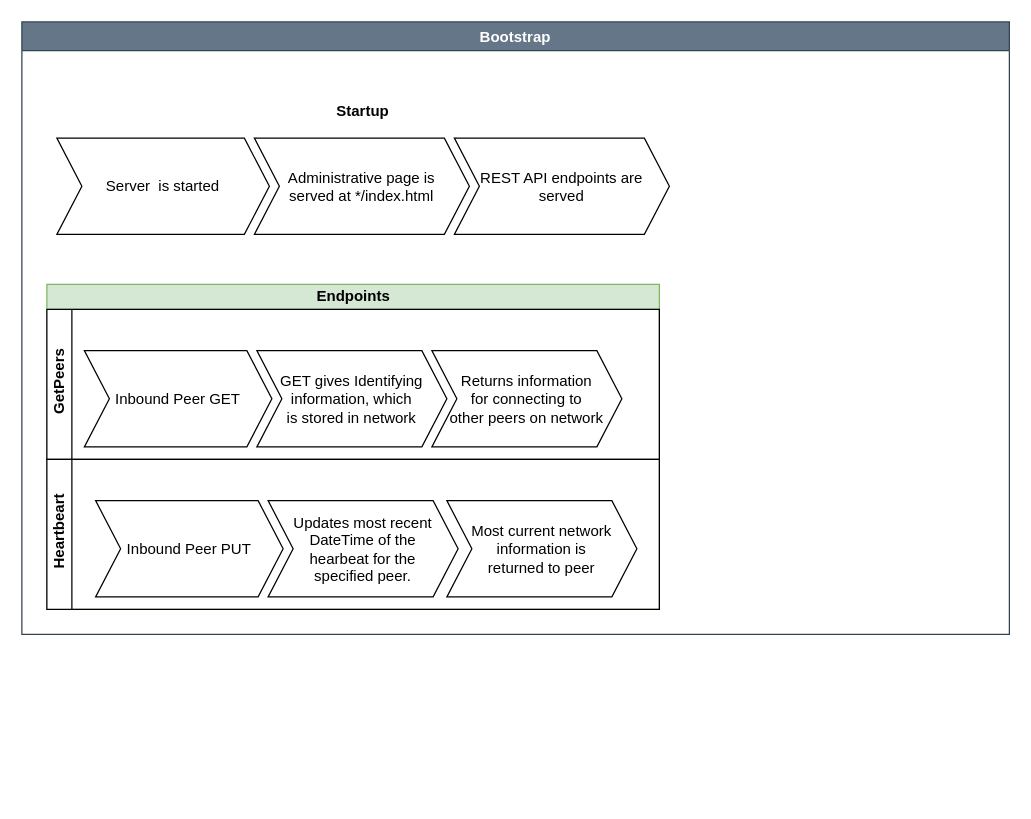
Before: misc/diagrams/p2pbootstrap.drawio in realChrisDeBon/P2PNet, a draw.io diagram. Source tidied: cells renumbered, new cells numbered last; positions are measured from the earlier drawing's top-left corner, leaving out a move shared by most shapes. Both pictures are drawn from the tidied source at 125%, with x=0, y=0 at pixel (21, 21).
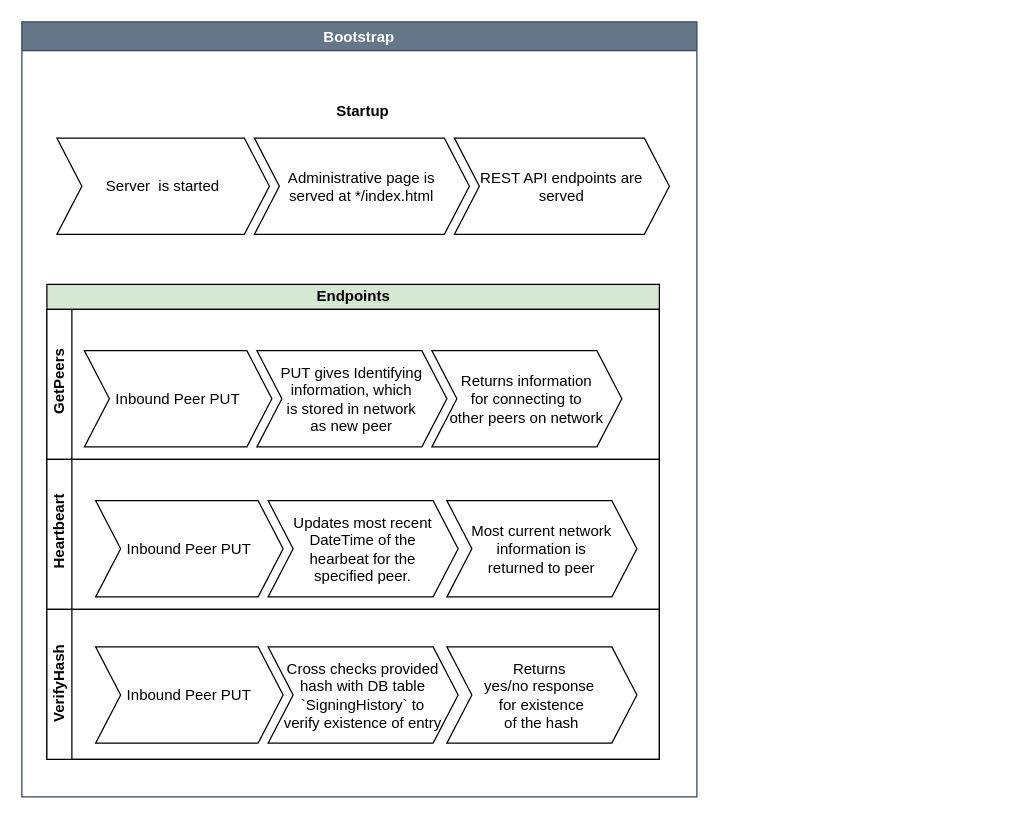
Above is the later version.

The change refers to these unchanged cells:
```xml
<mxCell id="5" style="swimlane;horizontal=1;fillColor=none;strokeColor=none;stackBorder=10;align=center;whiteSpace=wrap;html=1;" parent="4" vertex="1">
  <mxGeometry x="20" width="450" height="120" as="geometry" />
</mxCell>
```

The edit, as a diff of the source:
```diff
@@
     <mxCell id="2" value="Bootstrap" style="swimlane;fillColor=#647687;strokeColor=#314354;labelBackgroundColor=none;startSize=23;fontColor=#ffffff;swimlaneFillColor=default;" parent="1" vertex="1">
-      <mxGeometry width="790" height="490" as="geometry" />
+      <mxGeometry width="540" height="620" as="geometry" />
     </mxCell>
-    <mxCell id="3" value="Endpoints" style="swimlane;horizontal=1;startSize=20;html=1;fillColor=#d5e8d4;strokeColor=#82b366;" parent="2" vertex="1">
-      <mxGeometry x="20" y="210" width="490" height="260" as="geometry" />
+    <mxCell id="3" value="Endpoints" style="swimlane;horizontal=1;startSize=20;html=1;fillColor=#d5e8d4;strokeColor=#000000;" parent="2" vertex="1">
+      <mxGeometry x="20" y="210" width="490" height="380" as="geometry" />
     </mxCell>
@@
-    <mxCell id="6" value="&lt;div&gt;Inbound Peer GET&lt;/div&gt;" style="shape=step;perimeter=stepPerimeter;fixedSize=1;whiteSpace=wrap;html=1;" parent="5" vertex="1">
-      <mxGeometry x="10" y="33" width="150" height="77" as="geometry" />
-    </mxCell>
-    <mxCell id="7" value="&lt;div&gt;GET gives Identifying&lt;/div&gt;&lt;div&gt;information, which&lt;/div&gt;&lt;div&gt;is stored in network&lt;br&gt;&lt;/div&gt;" style="shape=step;perimeter=stepPerimeter;fixedSize=1;whiteSpace=wrap;html=1;" parent="5" vertex="1">
-      <mxGeometry x="148" y="33" width="152" height="77" as="geometry" />
-    </mxCell>
+    <mxCell id="18" value="&lt;div&gt;Inbound Peer PUT&lt;/div&gt;" style="shape=step;perimeter=stepPerimeter;fixedSize=1;whiteSpace=wrap;html=1;" parent="5" vertex="1">
+      <mxGeometry x="10" y="33" width="150" height="77" as="geometry" />
+    </mxCell>
+    <mxCell id="19" value="&lt;div&gt;PUT gives Identifying&lt;/div&gt;&lt;div&gt;information, which&lt;/div&gt;&lt;div&gt;is stored in network&lt;/div&gt;&lt;div&gt;as new peer&lt;/div&gt;" style="shape=step;perimeter=stepPerimeter;fixedSize=1;whiteSpace=wrap;html=1;" parent="5" vertex="1">
+      <mxGeometry x="148" y="33" width="152" height="77" as="geometry" />
+    </mxCell>
@@
+    <mxCell id="20" value="&lt;div&gt;VerifyHash&lt;/div&gt;" style="swimlane;startSize=20;horizontal=0;html=1;" parent="3" vertex="1">
+      <mxGeometry y="260" width="490" height="120" as="geometry" />
+    </mxCell>
+    <mxCell id="21" value="Inbound Peer PUT" style="shape=step;perimeter=stepPerimeter;fixedSize=1;whiteSpace=wrap;html=1;" parent="20" vertex="1">
+      <mxGeometry x="39" y="30" width="150" height="77" as="geometry" />
+    </mxCell>
+    <mxCell id="22" value="&lt;div&gt;&lt;br&gt;&lt;/div&gt;&lt;div&gt;Cross checks provided&lt;/div&gt;&lt;div&gt;hash with DB table&lt;/div&gt;&lt;div&gt;`SigningHistory` to&lt;/div&gt;&lt;div&gt;verify existence of entry&lt;/div&gt;&lt;div&gt;&lt;br&gt;&lt;/div&gt;" style="shape=step;perimeter=stepPerimeter;fixedSize=1;whiteSpace=wrap;html=1;" parent="20" vertex="1">
+      <mxGeometry x="177" y="30" width="152" height="77" as="geometry" />
+    </mxCell>
+    <mxCell id="23" value="&lt;div&gt;Returns&amp;nbsp;&lt;/div&gt;&lt;div&gt;yes/no response&amp;nbsp;&lt;/div&gt;&lt;div&gt;for existence&lt;/div&gt;&lt;div&gt;of the hash&lt;/div&gt;" style="shape=step;perimeter=stepPerimeter;fixedSize=1;whiteSpace=wrap;html=1;" parent="20" vertex="1">
+      <mxGeometry x="320" y="30" width="152" height="77" as="geometry" />
+    </mxCell>
```
